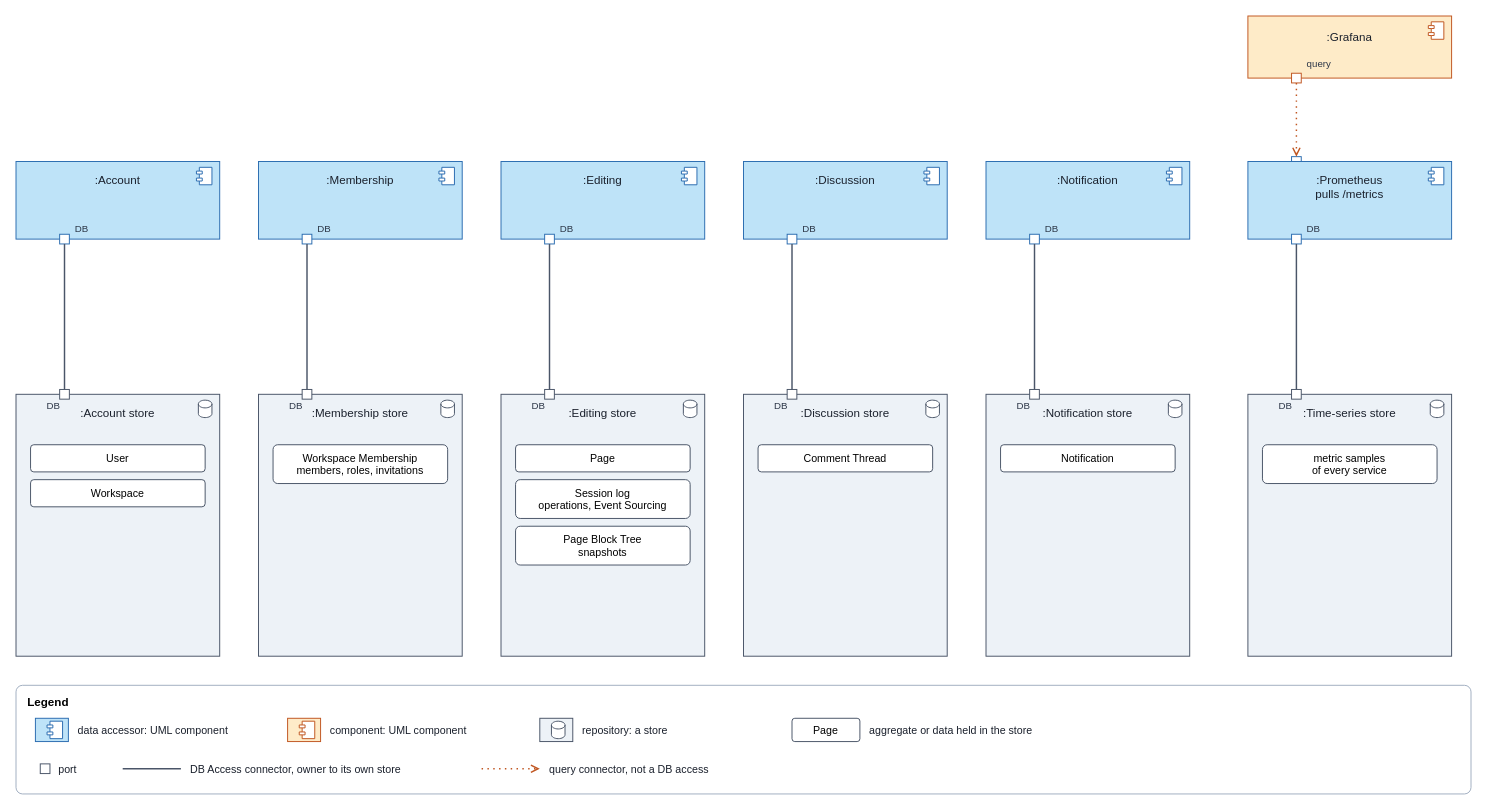
Earlier version of the draw.io diagram docs/assets/components-and-connectors/repository.drawio (Bending-Forks/gotion). Source tidied: cells renumbered, new cells numbered last; positions are measured from the earlier drawing's top-left corner, leaving out a move shared by most shapes. Both pictures are drawn from the tidied source at 97%, with x=0, y=0 at pixel (16, 16).
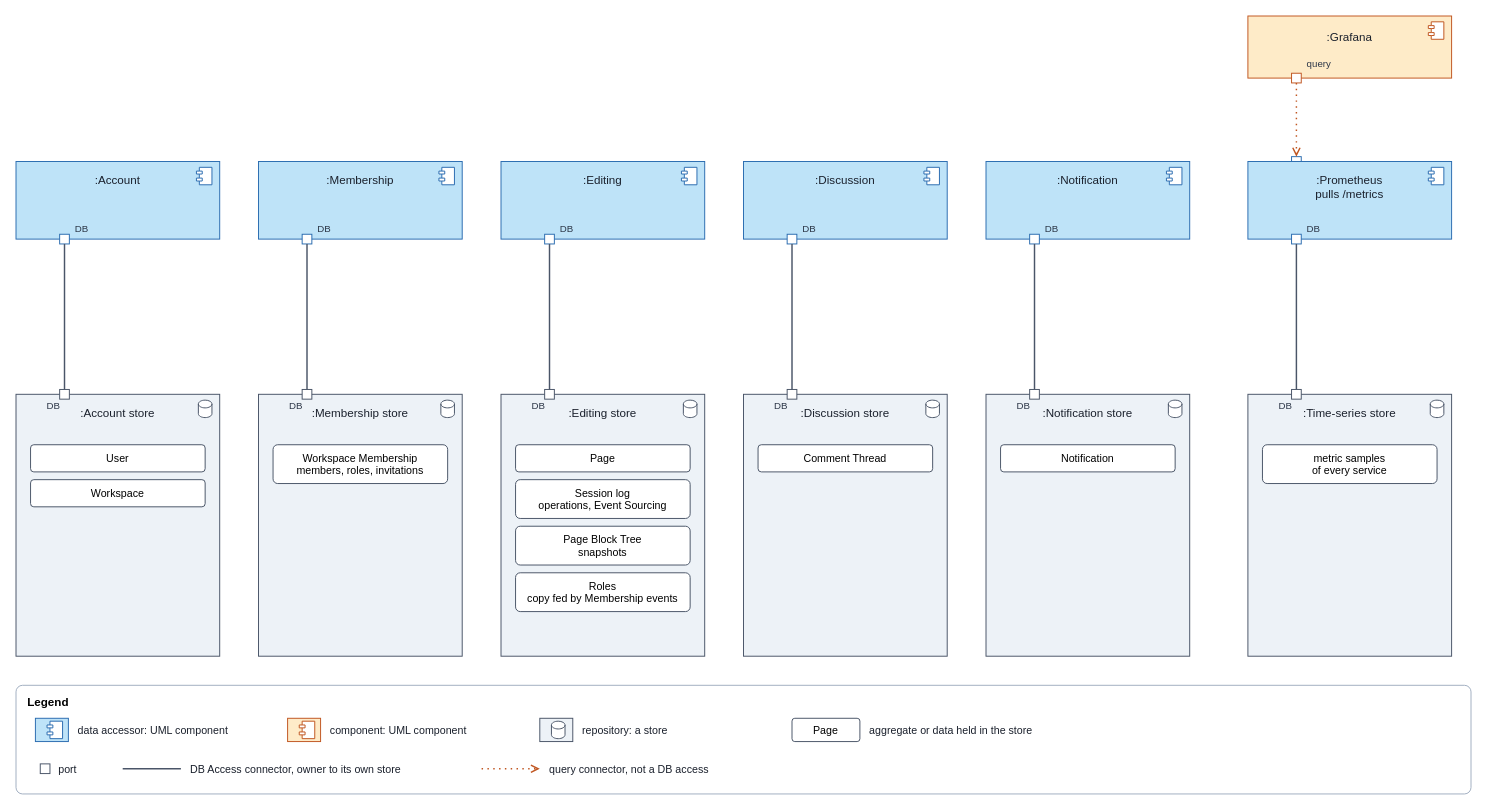
The same page after the edit.

Change to the diagram source:
```diff
@@
+    <mxCell id="90" value="Roles&#10;copy fed by Membership events" style="html=0;rounded=1;arcSize=12;fillColor=#ffffff;strokeColor=#4a5568;fontSize=11;" parent="1" vertex="1">
+      <mxGeometry x="515" y="574" width="180" height="40" as="geometry" />
+    </mxCell>
```
